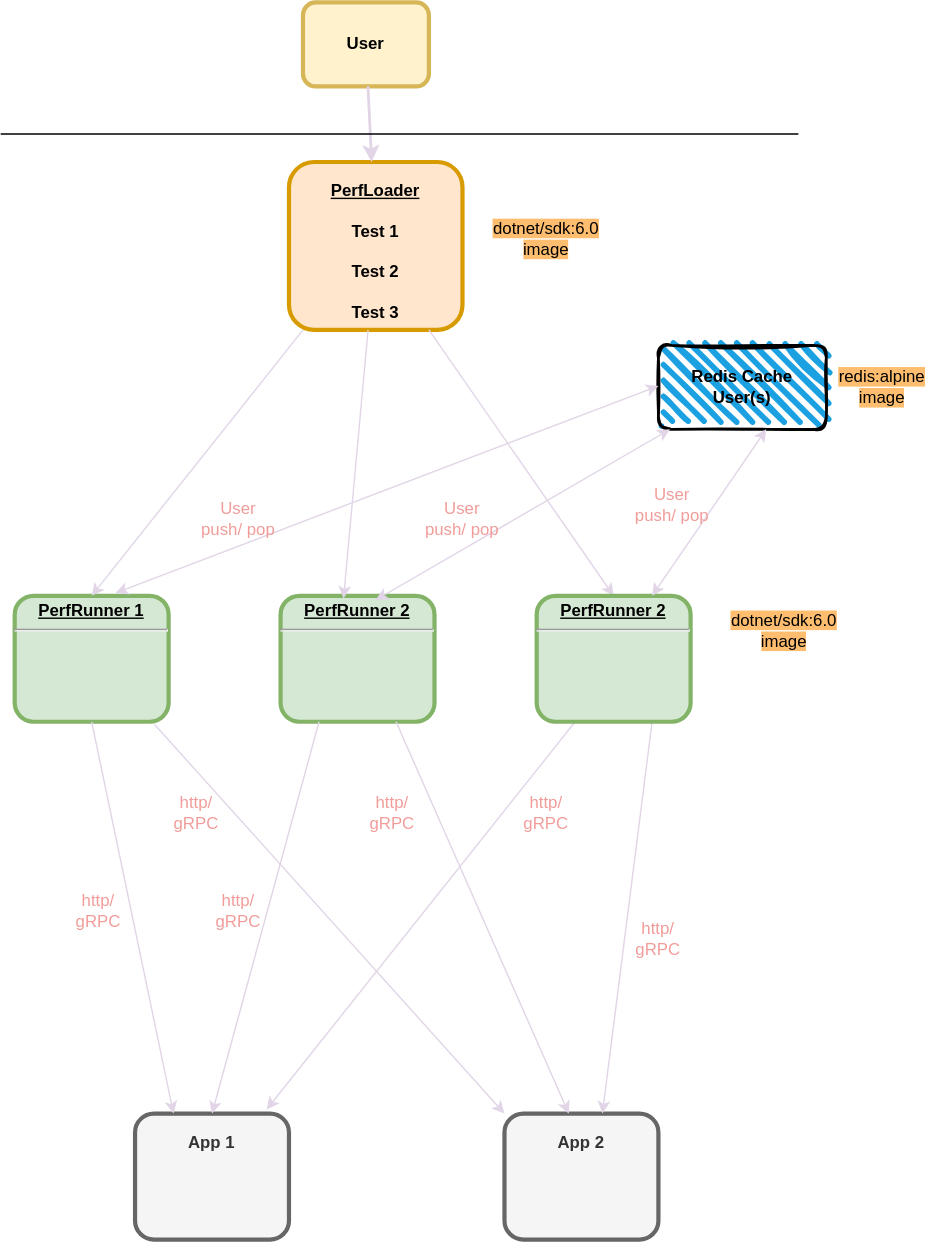
The draw.io diagram Architecture.svg in ragavendra/PerfService, before a commit. Source tidied: cells renumbered, new cells last; positions are measured from the earlier drawing's top-left corner, leaving out a move shared by most shapes.
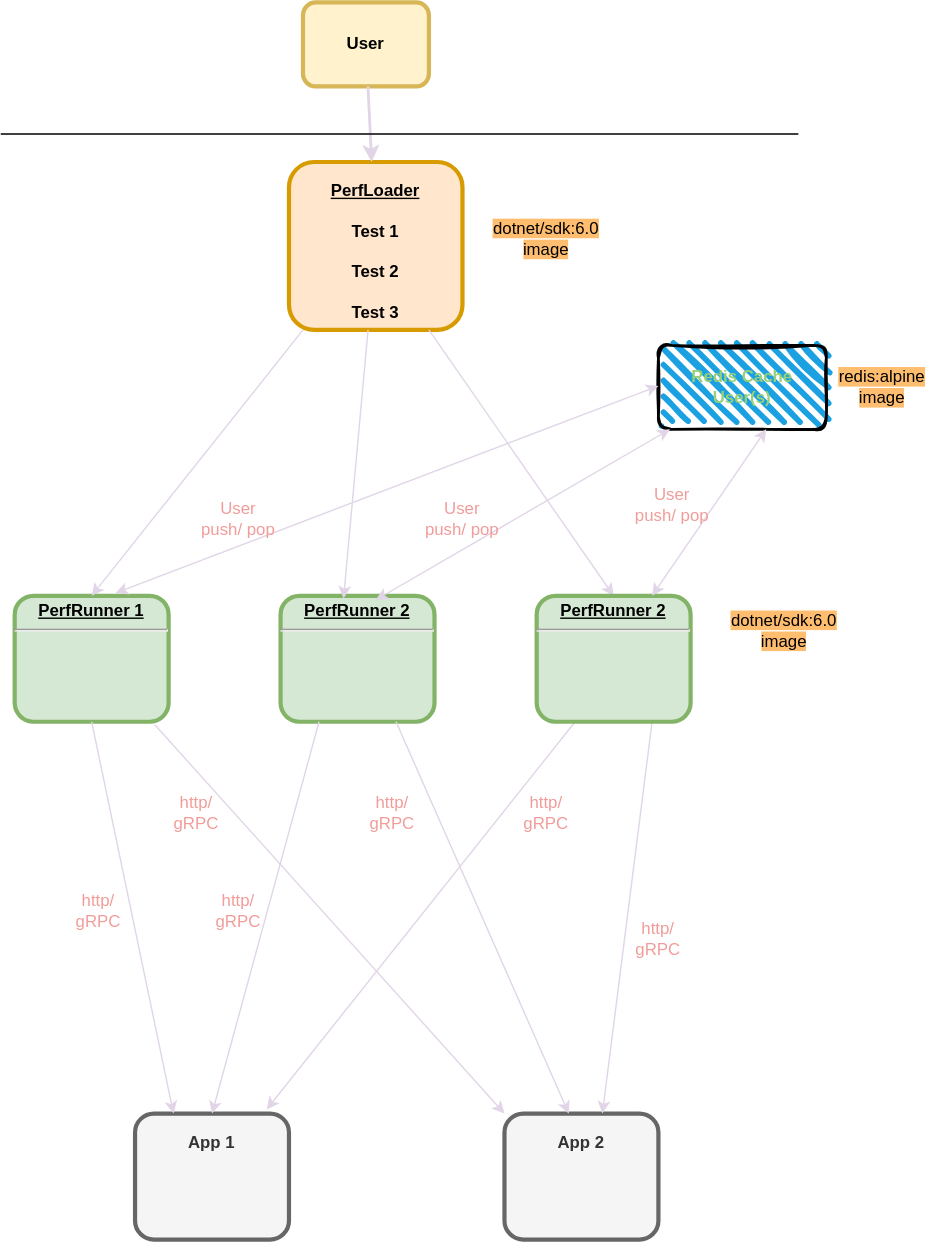
Later version of the same file.

What changed in the source:
```diff
@@ -86,7 +86,7 @@
         <mxPoint x="570" y="94" as="targetPoint" />
       </mxGeometry>
     </mxCell>
-    <mxCell id="26" value="&lt;b&gt;Redis Cache&lt;br&gt;User(s)&lt;/b&gt;" style="rounded=1;whiteSpace=wrap;html=1;strokeWidth=2;fillWeight=4;hachureGap=8;hachureAngle=45;fillColor=#1ba1e2;sketch=1;" parent="1" vertex="1">
+    <mxCell id="26" value="&lt;b&gt;&lt;font color=&quot;#97d077&quot;&gt;Redis Cache&lt;br&gt;User(s)&lt;/font&gt;&lt;/b&gt;" style="rounded=1;whiteSpace=wrap;html=1;strokeWidth=2;fillWeight=4;hachureGap=8;hachureAngle=45;fillColor=#1ba1e2;sketch=1;" parent="1" vertex="1">
       <mxGeometry x="470" y="245" width="120" height="60" as="geometry" />
     </mxCell>
     <mxCell id="27" style="endArrow=classic;startArrow=classic;html=1;rounded=0;exitX=0.655;exitY=-0.022;exitDx=0;exitDy=0;exitPerimeter=0;strokeColor=#E1D5E7;" parent="1" edge="1" source="4">
```
